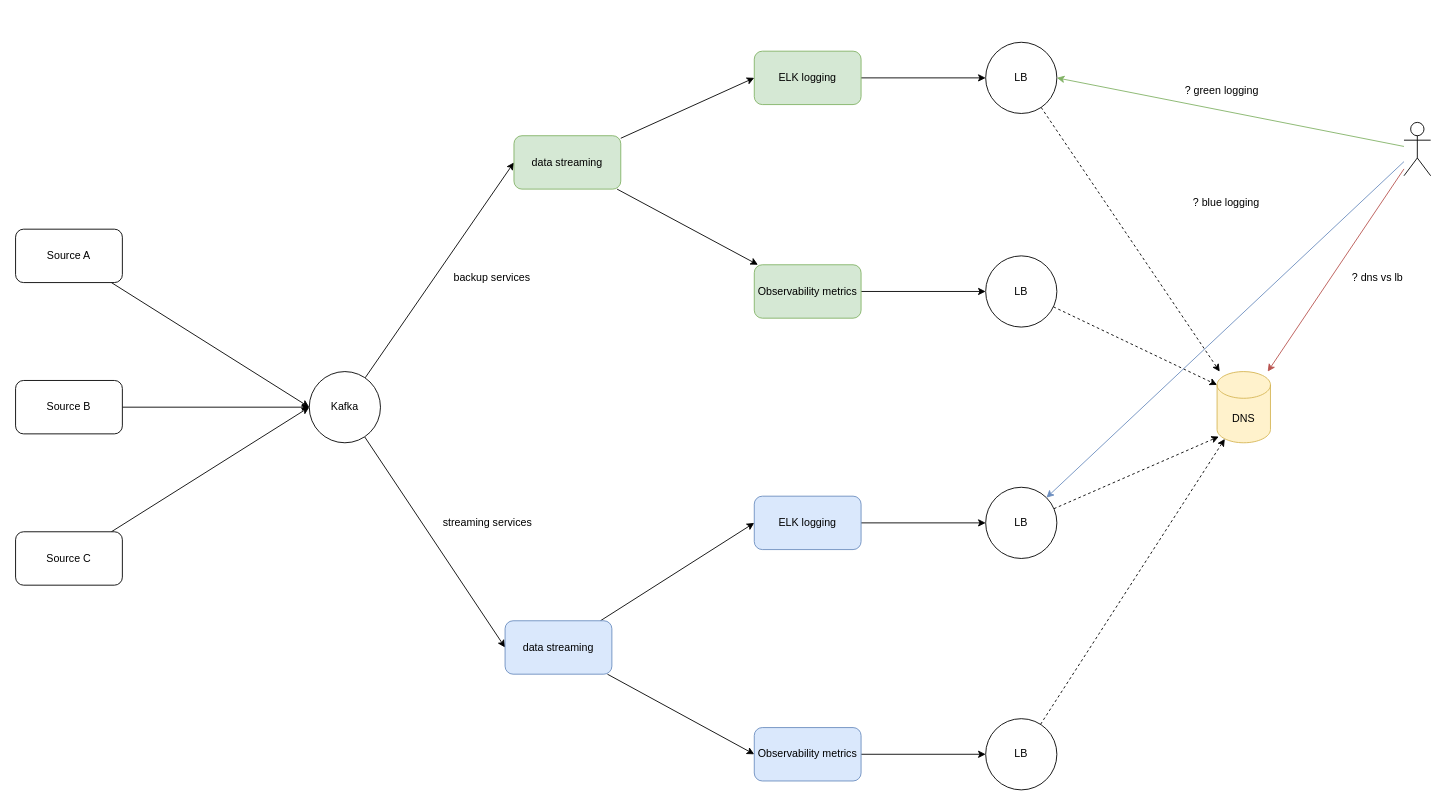
The draw.io diagram data infra ha.drawio in jiangtao7/draw.io, before the edit. Source tidied: cells renumbered, new cells numbered last; positions are measured from the earlier drawing's top-left corner, leaving out a move shared by most shapes. Both pictures are drawn from the tidied source at 89%, with x=0, y=0 at pixel (15, 42).
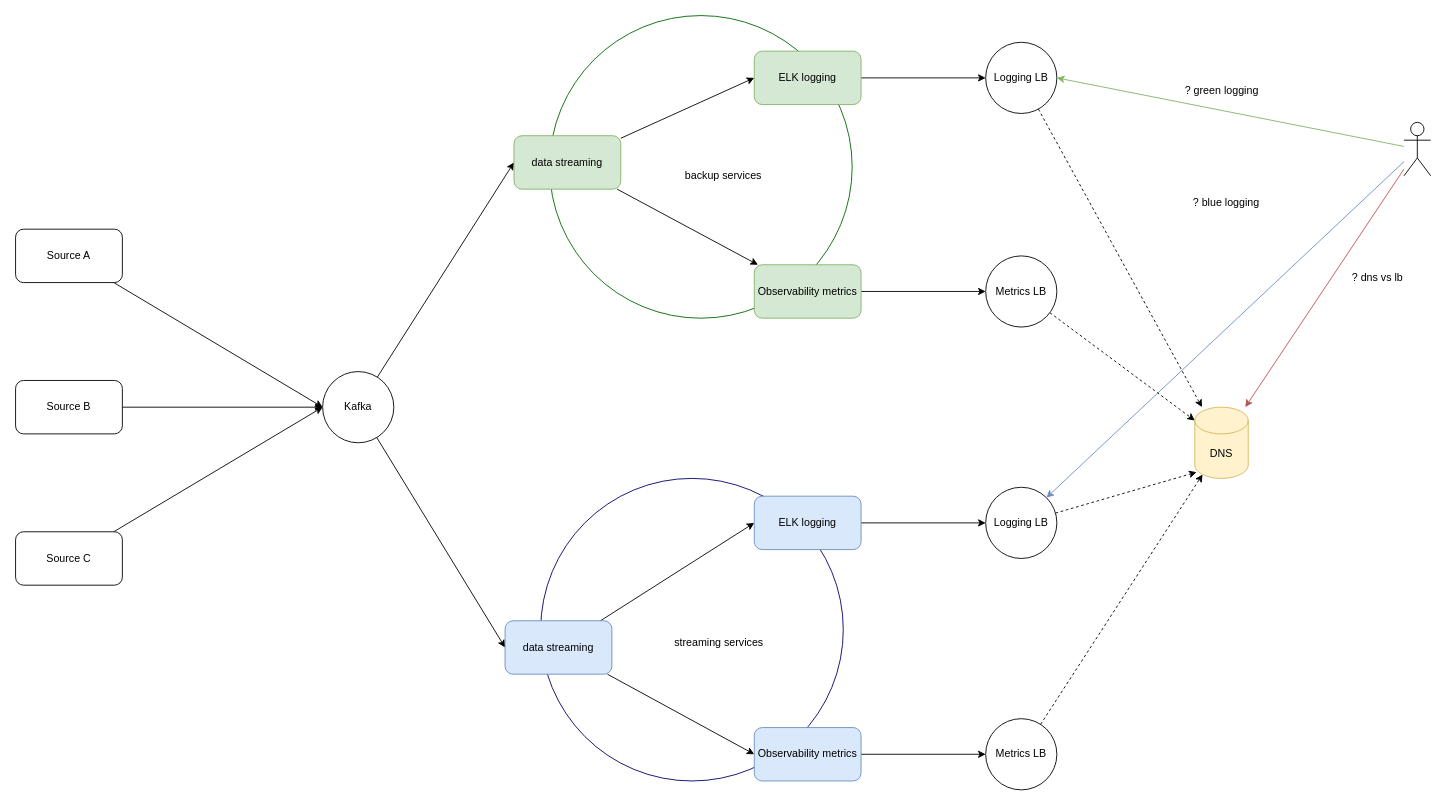
The same diagram, later.

Diff of the diagram source:
```diff
@@
+    <mxCell id="43" style="ellipse;whiteSpace=wrap;html=1;strokeColor=#000066;" parent="1" vertex="1">
+      <mxGeometry x="590" y="490" width="340" height="340" as="geometry" />
+    </mxCell>
+    <mxCell id="44" style="ellipse;whiteSpace=wrap;html=1;strokeColor=#006600;" parent="1" vertex="1">
+      <mxGeometry x="600" y="-30" width="340" height="340" as="geometry" />
+    </mxCell>
@@
     <mxCell id="10" value="Kafka" style="ellipse;whiteSpace=wrap;html=1;" parent="1" vertex="1">
-      <mxGeometry x="330" y="370" width="80" height="80" as="geometry" />
+      <mxGeometry x="345" y="370" width="80" height="80" as="geometry" />
     </mxCell>
@@
-    <mxCell id="19" value="LB" style="ellipse;whiteSpace=wrap;html=1;" parent="1" vertex="1">
+    <mxCell id="19" value="Metrics LB" style="ellipse;whiteSpace=wrap;html=1;" parent="1" vertex="1">
       <mxGeometry x="1090" y="240" width="80" height="80" as="geometry" />
     </mxCell>
@@
-    <mxCell id="26" value="LB" style="ellipse;whiteSpace=wrap;html=1;" parent="1" vertex="1">
+    <mxCell id="26" value="Metrics LB" style="ellipse;whiteSpace=wrap;html=1;" parent="1" vertex="1">
       <mxGeometry x="1090" y="760" width="80" height="80" as="geometry" />
     </mxCell>
@@
-    <mxCell id="30" value="LB" style="ellipse;whiteSpace=wrap;html=1;" parent="1" vertex="1">
+    <mxCell id="30" value="Logging LB" style="ellipse;whiteSpace=wrap;html=1;" parent="1" vertex="1">
       <mxGeometry x="1090" y="500" width="80" height="80" as="geometry" />
     </mxCell>
@@
-    <mxCell id="32" value="LB" style="ellipse;whiteSpace=wrap;html=1;" parent="1" vertex="1">
+    <mxCell id="32" value="Logging LB" style="ellipse;whiteSpace=wrap;html=1;" parent="1" vertex="1">
       <mxGeometry x="1090" width="80" height="80" as="geometry" />
     </mxCell>
     <mxCell id="33" value="DNS" style="shape=cylinder3;whiteSpace=wrap;html=1;boundedLbl=1;backgroundOutline=1;size=15;fillColor=#fff2cc;strokeColor=#d6b656;" parent="1" vertex="1">
-      <mxGeometry x="1350" y="370" width="60" height="80" as="geometry" />
+      <mxGeometry x="1325" y="410" width="60" height="80" as="geometry" />
     </mxCell>
@@
     <mxCell id="41" value="streaming services" style="text;html=1;align=center;verticalAlign=middle;strokeColor=none;fillColor=none;" parent="1" vertex="1">
-      <mxGeometry x="470" y="525" width="120" height="30" as="geometry" />
+      <mxGeometry x="730" y="660" width="120" height="30" as="geometry" />
     </mxCell>
     <mxCell id="42" value="backup services" style="text;html=1;align=center;verticalAlign=middle;strokeColor=none;fillColor=none;" parent="1" vertex="1">
-      <mxGeometry x="480" y="250" width="110" height="30" as="geometry" />
+      <mxGeometry x="740" y="135" width="110" height="30" as="geometry" />
     </mxCell>
```
